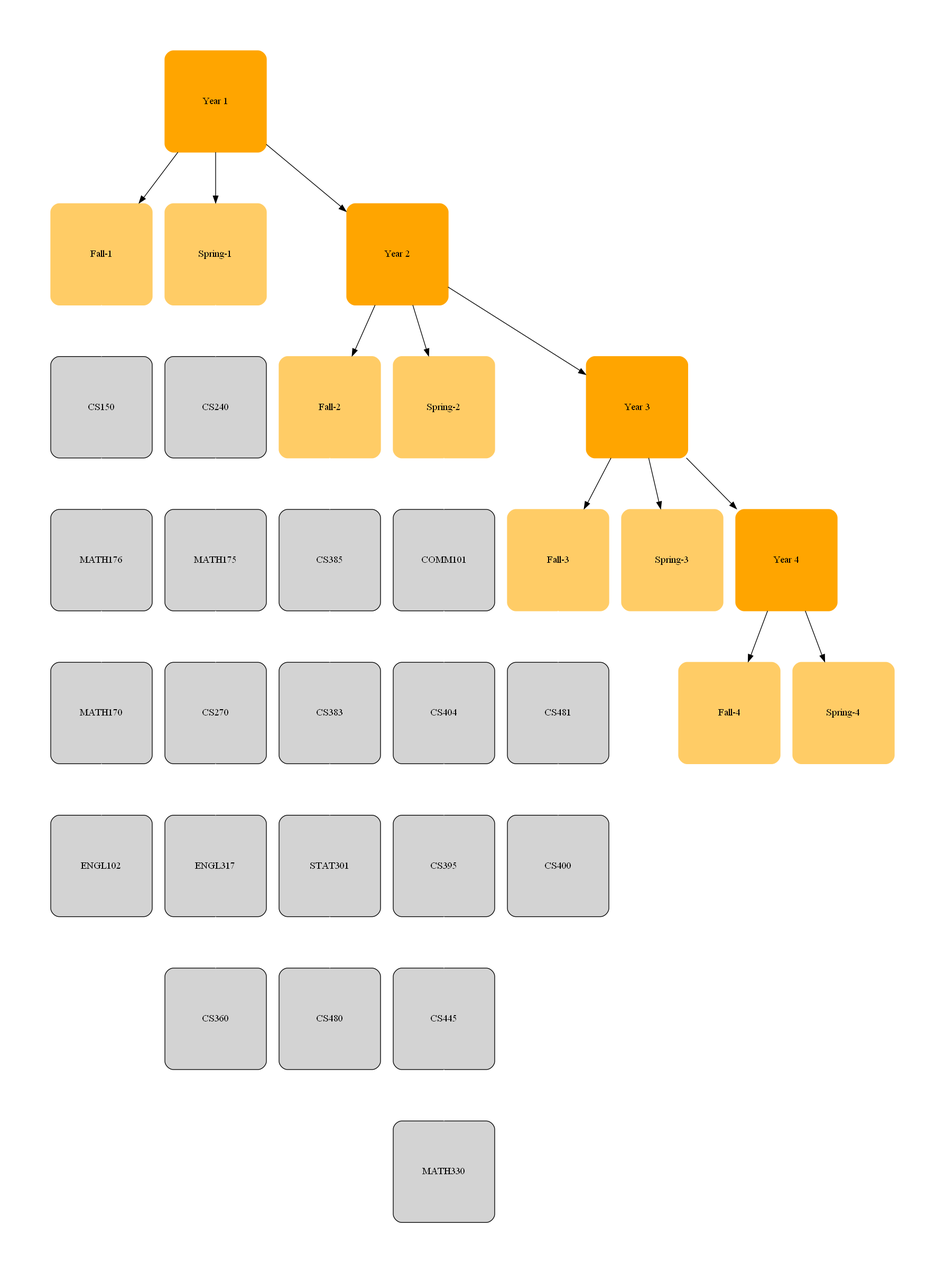
badgerlaxman/ProViso2023 keeps this Graphviz diagram as ProvisoLaravel/public/images/recommendationsgraph.png. Above is the earlier version. Its source is kept beside it as ProvisoLaravel/public/dotfiles/recommendationsgraph.dot.
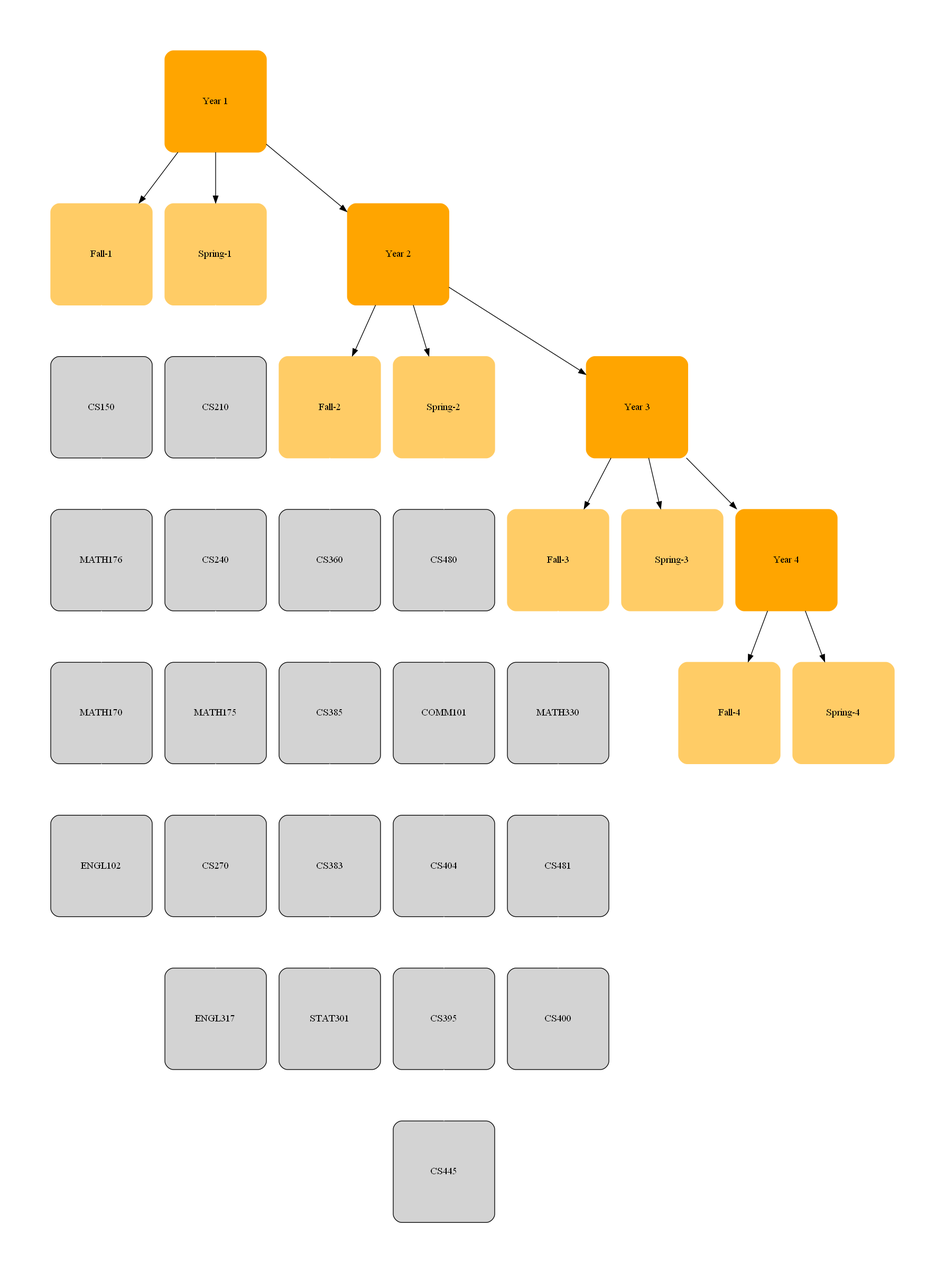
Above is the later version.

Change to the diagram source:
```diff
@@ -29,20 +29,21 @@
   "CS150" -> "MATH176" [color="white"]
   "MATH176" -> "MATH170" [color="white"]
   "MATH170" -> "ENGL102" [color="white"]
-  "Spring-1" -> "CS240" [color="white"]
+  "Spring-1" -> "CS210" [color="white"]
+  "CS210" -> "CS240" [color="white"]
   "CS240" -> "MATH175" [color="white"]
   "MATH175" -> "CS270" [color="white"]
   "CS270" -> "ENGL317" [color="white"]
-  "ENGL317" -> "CS360" [color="white"]
-  "Fall-2" -> "CS385" [color="white"]
+  "Fall-2" -> "CS360" [color="white"]
+  "CS360" -> "CS385" [color="white"]
   "CS385" -> "CS383" [color="white"]
   "CS383" -> "STAT301" [color="white"]
-  "STAT301" -> "CS480" [color="white"]
-  "Spring-2" -> "COMM101" [color="white"]
+  "Spring-2" -> "CS480" [color="white"]
+  "CS480" -> "COMM101" [color="white"]
   "COMM101" -> "CS404" [color="white"]
   "CS404" -> "CS395" [color="white"]
   "CS395" -> "CS445" [color="white"]
-  "CS445" -> "MATH330" [color="white"]
-  "Fall-3" -> "CS481" [color="white"]
+  "Fall-3" -> "MATH330" [color="white"]
+  "MATH330" -> "CS481" [color="white"]
   "CS481" -> "CS400" [color="white"]
 }
```
